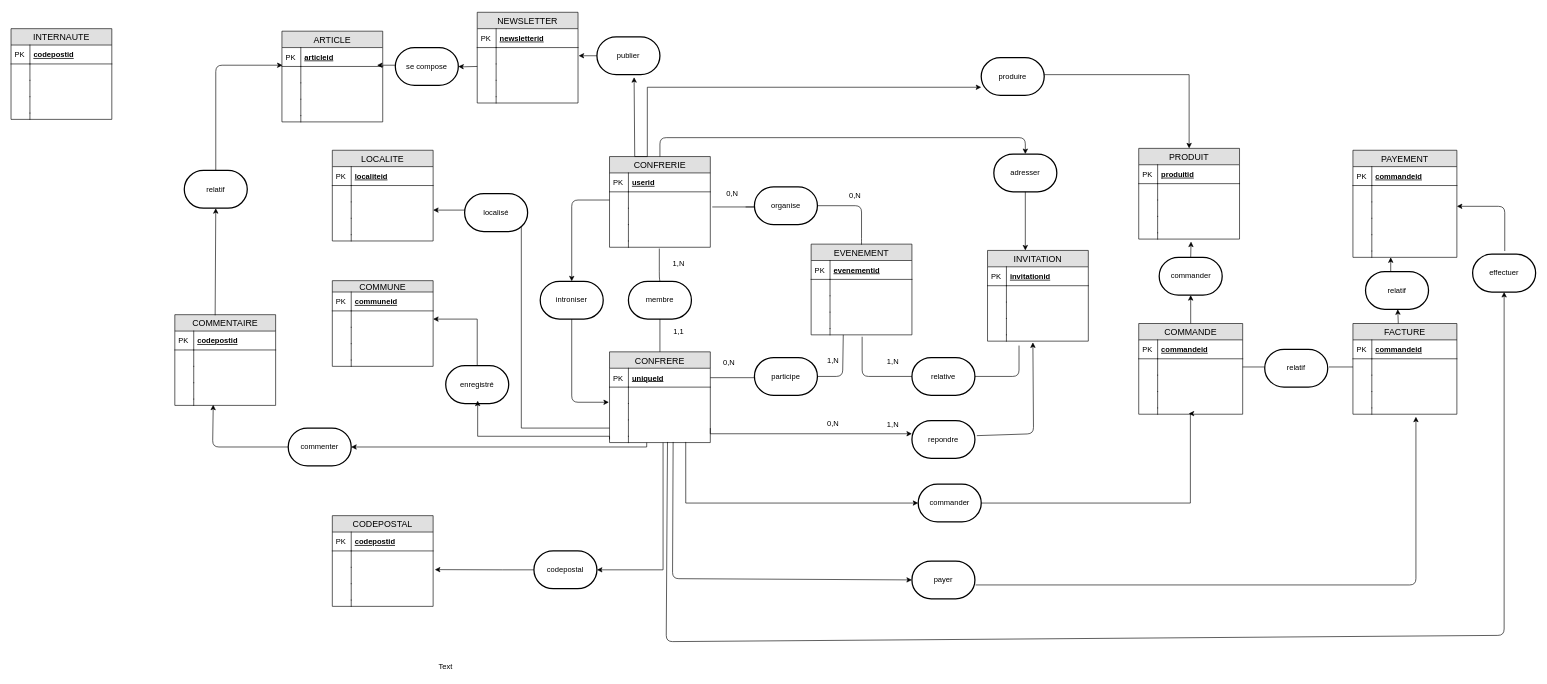
The draw.io diagram Untitled Diagram.drawio in harelimana/saintvincent, before the edit. Source tidied: cells renumbered, new cells numbered last; positions are measured from the earlier drawing's top-left corner, leaving out a move shared by most shapes. Both pictures are drawn from the tidied source at 63%, with x=0, y=0 at pixel (11, 12).
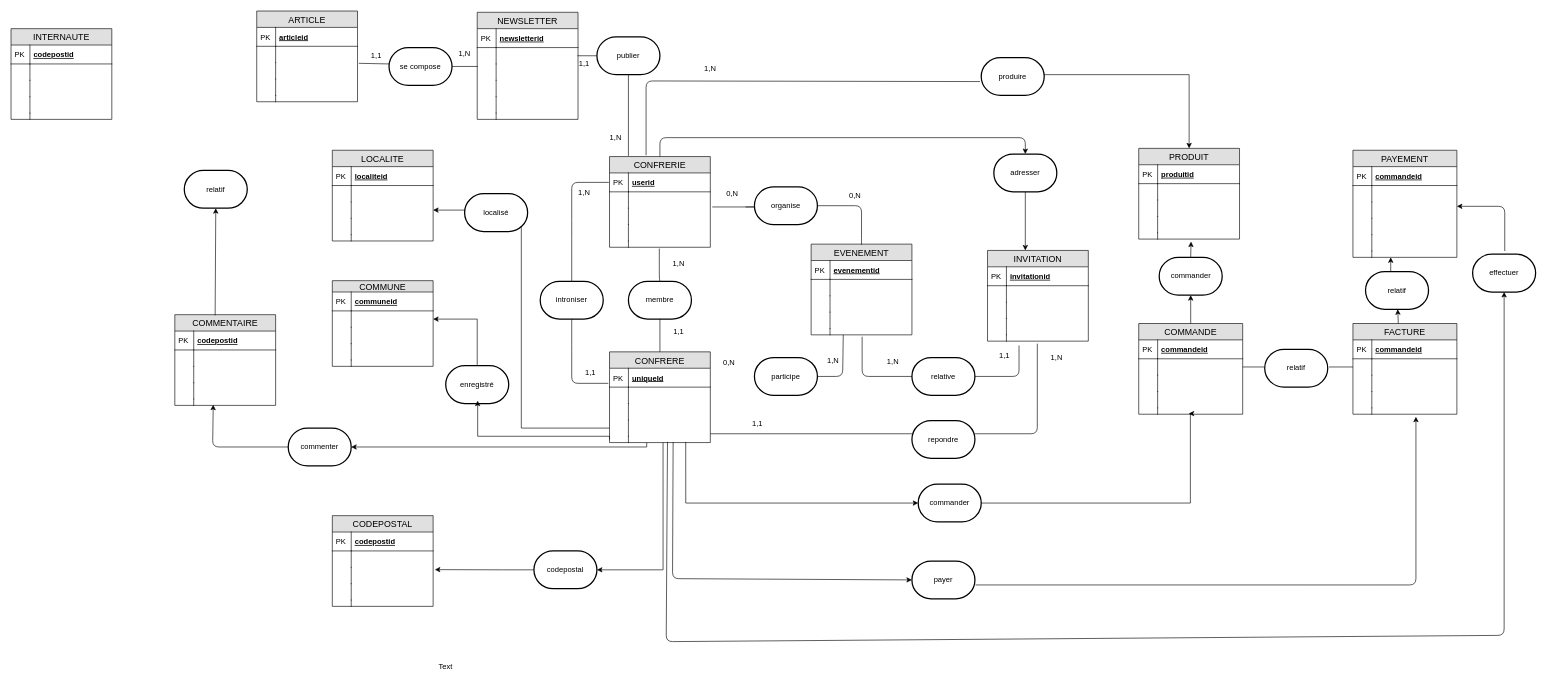
Above is the later version.

Unchanged cells that the change refers to:
```xml
<mxCell id="2" value="CONFRERIE" style="swimlane;fontStyle=0;horizontal=1;startSize=26;fillColor=#e0e0e0;swimlaneFillColor=#ffffff;align=center;fontSize=14;" parent="1" vertex="1">
  <mxGeometry x="950" y="229" width="160" height="144" as="geometry" />
</mxCell>
<mxCell id="5" style="shape=partialRectangle;top=0;left=0;right=0;bottom=0;align=left;verticalAlign=top;fillColor=none;spacingLeft=34;spacingRight=4;overflow=hidden;points=[[0,0.5],[1,0.5]];portConstraint=eastwest;fontSize=12;" parent="2" vertex="1">
  <mxGeometry y="56" width="160" height="26" as="geometry" />
</mxCell>
<mxCell id="14" value="uniqueId" style="shape=partialRectangle;top=0;left=0;right=0;bottom=1;align=left;verticalAlign=middle;fillColor=none;spacingLeft=34;spacingRight=4;overflow=hidden;points=[[0,0.5],[1,0.5]];portConstraint=eastwest;fontStyle=5;fontSize=12;" parent="13" vertex="1">
  <mxGeometry y="26" width="160" height="30" as="geometry" />
</mxCell>
<mxCell id="20" style="shape=partialRectangle;top=0;left=0;right=0;bottom=0;align=left;verticalAlign=top;fillColor=none;spacingLeft=34;spacingRight=4;overflow=hidden;points=[[0,0.5],[1,0.5]];portConstraint=eastwest;fontSize=12;" parent="13" vertex="1">
  <mxGeometry y="108" width="160" height="26" as="geometry" />
</mxCell>
<mxCell id="25" value="introniser" style="strokeWidth=2;html=1;shape=mxgraph.flowchart.terminator;whiteSpace=wrap;" parent="1" vertex="1">
  <mxGeometry x="840" y="427" width="100" height="60" as="geometry" />
</mxCell>
<mxCell id="82" value="produire" style="strokeWidth=2;html=1;shape=mxgraph.flowchart.terminator;whiteSpace=wrap;" parent="1" vertex="1">
  <mxGeometry x="1540" y="72" width="100" height="60" as="geometry" />
</mxCell>
<mxCell id="93" style="shape=partialRectangle;top=0;left=0;right=0;bottom=0;align=left;verticalAlign=top;fillColor=none;spacingLeft=34;spacingRight=4;overflow=hidden;points=[[0,0.5],[1,0.5]];portConstraint=eastwest;fontSize=12;" parent="84" vertex="1">
  <mxGeometry y="134" width="160" height="10" as="geometry" />
</mxCell>
<mxCell id="106" value="repondre" style="strokeWidth=2;html=1;shape=mxgraph.flowchart.terminator;whiteSpace=wrap;" parent="1" vertex="1">
  <mxGeometry x="1430" y="648" width="100" height="60" as="geometry" />
</mxCell>
<mxCell id="132" style="shape=partialRectangle;top=0;left=0;right=0;bottom=0;align=left;verticalAlign=top;fillColor=none;spacingLeft=34;spacingRight=4;overflow=hidden;points=[[0,0.5],[1,0.5]];portConstraint=eastwest;fontSize=12;" parent="129" vertex="1">
  <mxGeometry y="56" width="160" height="26" as="geometry" />
</mxCell>
<mxCell id="143" style="shape=partialRectangle;top=0;left=0;right=0;bottom=0;align=left;verticalAlign=top;fillColor=none;spacingLeft=34;spacingRight=4;overflow=hidden;points=[[0,0.5],[1,0.5]];portConstraint=eastwest;fontSize=12;" parent="140" vertex="1">
  <mxGeometry y="56" width="160" height="26" as="geometry" />
</mxCell>
<mxCell id="145" style="shape=partialRectangle;top=0;left=0;right=0;bottom=0;align=left;verticalAlign=top;fillColor=none;spacingLeft=34;spacingRight=4;overflow=hidden;points=[[0,0.5],[1,0.5]];portConstraint=eastwest;fontSize=12;" parent="140" vertex="1">
  <mxGeometry y="82" width="160" height="26" as="geometry" />
</mxCell>
<mxCell id="151" value="publier" style="strokeWidth=2;html=1;shape=mxgraph.flowchart.terminator;whiteSpace=wrap;" parent="1" vertex="1">
  <mxGeometry x="930" y="39" width="100" height="60" as="geometry" />
</mxCell>
<mxCell id="170" value="relatif" style="strokeWidth=2;html=1;shape=mxgraph.flowchart.terminator;whiteSpace=wrap;" parent="1" vertex="1">
  <mxGeometry x="275" y="251" width="100" height="60" as="geometry" />
</mxCell>
```

What changed in the source:
```diff
@@
-    <mxCell id="26" style="endArrow=classic;html=1;edgeStyle=orthogonalEdgeStyle;" parent="1" edge="1" source="25">
-      <mxGeometry relative="1" as="geometry">
-        <mxPoint x="949" y="619" as="targetPoint" />
-        <Array as="points">
-          <mxPoint x="890" y="619" />
-          <mxPoint x="949" y="619" />
-        </Array>
-      </mxGeometry>
-    </mxCell>
@@
-    <mxCell id="80" style="edgeStyle=orthogonalEdgeStyle;rounded=0;jettySize=auto;html=1;exitX=0.25;exitY=0;exitDx=0;exitDy=0;" parent="1" edge="1" source="2" target="82">
-      <mxGeometry relative="1" as="geometry">
-        <Array as="points">
-          <mxPoint x="1010" y="229" />
-          <mxPoint x="1010" y="119" />
-        </Array>
-      </mxGeometry>
-    </mxCell>
@@
-    <mxCell id="110" style="edgeStyle=orthogonalEdgeStyle;rounded=0;jettySize=auto;html=1;exitX=1;exitY=0.5;exitDx=0;exitDy=0;" parent="1" edge="1" source="20" target="106">
-      <mxGeometry relative="1" as="geometry">
-        <Array as="points">
-          <mxPoint x="1110" y="669" />
-        </Array>
-      </mxGeometry>
-    </mxCell>
-    <mxCell id="111" style="endArrow=classic;html=1;entryX=0.45;entryY=1.2;entryDx=0;entryDy=0;exitX=1.03;exitY=0.4;exitDx=0;exitDy=0;exitPerimeter=0;entryPerimeter=0;" parent="1" edge="1" source="106" target="93">
-      <mxGeometry relative="1" as="geometry">
-        <Array as="points">
-          <mxPoint x="1623" y="669" />
-        </Array>
-      </mxGeometry>
-    </mxCell>
@@
     <mxCell id="129" value="NEWSLETTER" style="swimlane;fontStyle=0;horizontal=1;startSize=26;fillColor=#e0e0e0;swimlaneFillColor=#ffffff;align=center;fontSize=14;" parent="1" vertex="1">
-      <mxGeometry x="740" width="160" height="144" as="geometry" />
+      <mxGeometry x="740" width="160" height="170" as="geometry" />
     </mxCell>
@@
+    <mxCell id="242" style="endArrow=none;html=1;exitX=0;exitY=0.5;exitDx=0;exitDy=0;exitPerimeter=0;entryX=0.494;entryY=1.2;entryDx=0;entryDy=0;entryPerimeter=0;" parent="129" edge="1" source="151">
+      <mxGeometry relative="1" as="geometry">
+        <mxPoint x="159" y="69" as="targetPoint" />
+      </mxGeometry>
+    </mxCell>
+    <mxCell id="243" style="shape=partialRectangle;top=0;left=0;right=0;bottom=0;align=left;verticalAlign=top;fillColor=none;spacingLeft=34;spacingRight=4;overflow=hidden;fontSize=12;" parent="129" vertex="1">
+      <mxGeometry y="108" width="160" height="26" as="geometry" />
+    </mxCell>
+    <mxCell id="244" style="shape=partialRectangle;top=0;left=0;bottom=0;fillColor=none;align=left;verticalAlign=top;spacingLeft=4;spacingRight=4;overflow=hidden;fontSize=12;" parent="243" vertex="1">
+      <mxGeometry width="30" height="26" as="geometry" />
+    </mxCell>
     <mxCell id="136" style="shape=partialRectangle;top=0;left=0;right=0;bottom=0;align=left;verticalAlign=top;fillColor=none;spacingLeft=34;spacingRight=4;overflow=hidden;fontSize=12;" parent="129" vertex="1">
-      <mxGeometry y="108" width="160" height="26" as="geometry" />
+      <mxGeometry y="134" width="160" height="26" as="geometry" />
     </mxCell>
@@
     <mxCell id="138" style="shape=partialRectangle;top=0;left=0;right=0;bottom=0;align=left;verticalAlign=top;fillColor=none;spacingLeft=34;spacingRight=4;overflow=hidden;fontSize=12;" parent="129" vertex="1">
-      <mxGeometry y="134" width="160" height="10" as="geometry" />
+      <mxGeometry y="160" width="160" height="10" as="geometry" />
     </mxCell>
@@
     <mxCell id="140" value="ARTICLE" style="swimlane;fontStyle=0;horizontal=1;startSize=26;fillColor=#e0e0e0;swimlaneFillColor=#ffffff;align=center;fontSize=14;" parent="1" vertex="1">
-      <mxGeometry x="430" y="30" width="160" height="144" as="geometry" />
+      <mxGeometry x="390" y="-2" width="160" height="144" as="geometry" />
     </mxCell>
@@
     <mxCell id="152" value="se compose" style="strokeWidth=2;html=1;shape=mxgraph.flowchart.terminator;whiteSpace=wrap;" parent="1" vertex="1">
-      <mxGeometry x="610" y="56" width="100" height="60" as="geometry" />
+      <mxGeometry x="600" y="56" width="100" height="60" as="geometry" />
     </mxCell>
-    <mxCell id="153" style="endArrow=classic;html=1;exitX=0.25;exitY=0;exitDx=0;exitDy=0;entryX=0.59;entryY=1.067;entryDx=0;entryDy=0;entryPerimeter=0;" parent="1" edge="1" source="2" target="151">
-      <mxGeometry relative="1" as="geometry" />
-    </mxCell>
-    <mxCell id="154" style="endArrow=classic;html=1;exitX=0;exitY=0.5;exitDx=0;exitDy=0;exitPerimeter=0;" parent="1" edge="1" source="151">
-      <mxGeometry relative="1" as="geometry">
-        <mxPoint x="901" y="69" as="targetPoint" />
-      </mxGeometry>
-    </mxCell>
-    <mxCell id="155" style="edgeStyle=orthogonalEdgeStyle;rounded=0;jettySize=auto;html=1;" parent="1" edge="1" target="152">
-      <mxGeometry relative="1" as="geometry">
-        <mxPoint x="740" y="86" as="sourcePoint" />
-      </mxGeometry>
-    </mxCell>
-    <mxCell id="156" style="endArrow=classic;html=1;entryX=0.944;entryY=-0.077;entryDx=0;entryDy=0;entryPerimeter=0;" parent="1" edge="1" target="143">
-      <mxGeometry relative="1" as="geometry">
-        <mxPoint x="610" y="84" as="sourcePoint" />
-      </mxGeometry>
-    </mxCell>
@@
-    <mxCell id="172" style="endArrow=classic;html=1;entryX=0.006;entryY=-0.077;entryDx=0;entryDy=0;entryPerimeter=0;exitX=0.5;exitY=0;exitDx=0;exitDy=0;exitPerimeter=0;" parent="1" edge="1" source="170" target="143">
-      <mxGeometry relative="1" as="geometry">
-        <Array as="points">
-          <mxPoint x="325" y="84" />
-        </Array>
-      </mxGeometry>
-    </mxCell>
@@
-    <mxCell id="222" style="endArrow=classic;html=1;exitX=0;exitY=0.5;exitDx=0;exitDy=0;entryX=0.5;entryY=0;entryDx=0;entryDy=0;edgeStyle=orthogonalEdgeStyle;entryPerimeter=0;" parent="1" edge="1" source="5" target="25">
-      <mxGeometry relative="1" as="geometry" />
-    </mxCell>
@@
-    <mxCell id="227" value="1,N" style="text;html=1;strokeColor=none;fillColor=none;align=center;verticalAlign=middle;whiteSpace=wrap;rounded=0;" parent="1" vertex="1">
-      <mxGeometry x="1380" y="645" width="40" height="20" as="geometry" />
+    <mxCell id="227" value="1,1" style="text;html=1;strokeColor=none;fillColor=none;align=center;verticalAlign=middle;whiteSpace=wrap;rounded=0;" parent="1" vertex="1">
+      <mxGeometry x="1165" y="643" width="40" height="20" as="geometry" />
     </mxCell>
-    <mxCell id="228" value="0,N" style="text;html=1;strokeColor=none;fillColor=none;align=center;verticalAlign=middle;whiteSpace=wrap;rounded=0;" parent="1" vertex="1">
-      <mxGeometry x="1285" y="643" width="40" height="20" as="geometry" />
+    <mxCell id="228" value="1,N" style="text;html=1;strokeColor=none;fillColor=none;align=center;verticalAlign=middle;whiteSpace=wrap;rounded=0;" parent="1" vertex="1">
+      <mxGeometry x="1640" y="538" width="40" height="20" as="geometry" />
     </mxCell>
-    <mxCell id="229" style="endArrow=none;html=1;" parent="1" edge="1">
+    <mxCell id="229" style="endArrow=none;html=1;entryX=1;entryY=0.846;entryDx=0;entryDy=0;entryPerimeter=0;" parent="1" edge="1" target="20">
       <mxGeometry relative="1" as="geometry">
-        <mxPoint x="1180" y="580" as="sourcePoint" />
-        <mxPoint x="1110" y="580" as="targetPoint" />
+        <mxPoint x="1430" y="669" as="sourcePoint" />
       </mxGeometry>
     </mxCell>
@@
+    <mxCell id="245" style="endArrow=none;html=1;exitX=0.5;exitY=0;exitDx=0;exitDy=0;exitPerimeter=0;" parent="1" edge="1" source="25">
+      <mxGeometry relative="1" as="geometry">
+        <mxPoint x="949" y="270" as="targetPoint" />
+        <Array as="points">
+          <mxPoint x="890" y="369" />
+          <mxPoint x="890" y="319" />
+          <mxPoint x="890" y="270" />
+        </Array>
+      </mxGeometry>
+    </mxCell>
+    <mxCell id="246" value="1,N" style="text;html=1;strokeColor=none;fillColor=none;align=center;verticalAlign=middle;whiteSpace=wrap;rounded=0;" parent="1" vertex="1">
+      <mxGeometry x="890" y="275.5" width="40" height="20" as="geometry" />
+    </mxCell>
+    <mxCell id="247" style="endArrow=none;html=1;exitX=-0.012;exitY=0.8;exitDx=0;exitDy=0;exitPerimeter=0;entryX=0.5;entryY=1;entryDx=0;entryDy=0;entryPerimeter=0;" parent="1" edge="1" source="14" target="25">
+      <mxGeometry relative="1" as="geometry">
+        <Array as="points">
+          <mxPoint x="890" y="589" />
+          <mxPoint x="890" y="539" />
+        </Array>
+      </mxGeometry>
+    </mxCell>
+    <mxCell id="248" value="1,1" style="text;html=1;strokeColor=none;fillColor=none;align=center;verticalAlign=middle;whiteSpace=wrap;rounded=0;" parent="1" vertex="1">
+      <mxGeometry x="900" y="563" width="40" height="20" as="geometry" />
+    </mxCell>
+    <mxCell id="249" style="endArrow=none;html=1;exitX=0.494;exitY=1.4;exitDx=0;exitDy=0;exitPerimeter=0;" parent="1" edge="1" source="93">
+      <mxGeometry relative="1" as="geometry">
+        <mxPoint x="1530" y="669" as="targetPoint" />
+        <Array as="points">
+          <mxPoint x="1629" y="669" />
+        </Array>
+      </mxGeometry>
+    </mxCell>
+    <mxCell id="250" value="1,1" style="text;html=1;strokeColor=none;fillColor=none;align=center;verticalAlign=middle;whiteSpace=wrap;rounded=0;" parent="1" vertex="1">
+      <mxGeometry x="1557" y="535" width="40" height="20" as="geometry" />
+    </mxCell>
+    <mxCell id="251" style="endArrow=none;html=1;exitX=-0.02;exitY=0.633;exitDx=0;exitDy=0;exitPerimeter=0;" parent="1" edge="1" source="82">
+      <mxGeometry relative="1" as="geometry">
+        <mxPoint x="1008" y="227" as="targetPoint" />
+        <Array as="points">
+          <mxPoint x="1008" y="109" />
+        </Array>
+      </mxGeometry>
+    </mxCell>
+    <mxCell id="252" value="1,N" style="text;html=1;strokeColor=none;fillColor=none;align=center;verticalAlign=middle;whiteSpace=wrap;rounded=0;" parent="1" vertex="1">
+      <mxGeometry x="1090" y="79" width="40" height="20" as="geometry" />
+    </mxCell>
+    <mxCell id="253" style="endArrow=none;html=1;entryX=0.5;entryY=1;entryDx=0;entryDy=0;entryPerimeter=0;" parent="1" edge="1" target="151">
+      <mxGeometry relative="1" as="geometry">
+        <mxPoint x="980" y="228" as="sourcePoint" />
+      </mxGeometry>
+    </mxCell>
+    <mxCell id="254" value="1,N" style="text;html=1;strokeColor=none;fillColor=none;align=center;verticalAlign=middle;whiteSpace=wrap;rounded=0;" parent="1" vertex="1">
+      <mxGeometry x="940" y="189" width="40" height="20" as="geometry" />
+    </mxCell>
+    <mxCell id="255" value="1,1" style="text;html=1;strokeColor=none;fillColor=none;align=center;verticalAlign=middle;whiteSpace=wrap;rounded=0;" parent="1" vertex="1">
+      <mxGeometry x="890" y="72" width="40" height="20" as="geometry" />
+    </mxCell>
+    <mxCell id="256" style="endArrow=none;html=1;exitX=1;exitY=0.5;exitDx=0;exitDy=0;exitPerimeter=0;entryX=0.006;entryY=1.154;entryDx=0;entryDy=0;entryPerimeter=0;" parent="1" edge="1" source="152" target="132">
+      <mxGeometry relative="1" as="geometry" />
+    </mxCell>
+    <mxCell id="257" style="endArrow=none;html=1;entryX=0.006;entryY=1.154;entryDx=0;entryDy=0;entryPerimeter=0;exitX=1.013;exitY=0.038;exitDx=0;exitDy=0;exitPerimeter=0;" parent="1" edge="1" source="145">
+      <mxGeometry relative="1" as="geometry">
+        <mxPoint x="600" y="82" as="targetPoint" />
+      </mxGeometry>
+    </mxCell>
+    <mxCell id="258" value="1,N" style="text;html=1;strokeColor=none;fillColor=none;align=center;verticalAlign=middle;whiteSpace=wrap;rounded=0;" parent="1" vertex="1">
+      <mxGeometry x="700" y="56" width="40" height="20" as="geometry" />
+    </mxCell>
+    <mxCell id="259" value="1,1" style="text;html=1;strokeColor=none;fillColor=none;align=center;verticalAlign=middle;whiteSpace=wrap;rounded=0;" parent="1" vertex="1">
+      <mxGeometry x="560" y="59" width="40" height="20" as="geometry" />
+    </mxCell>
```
